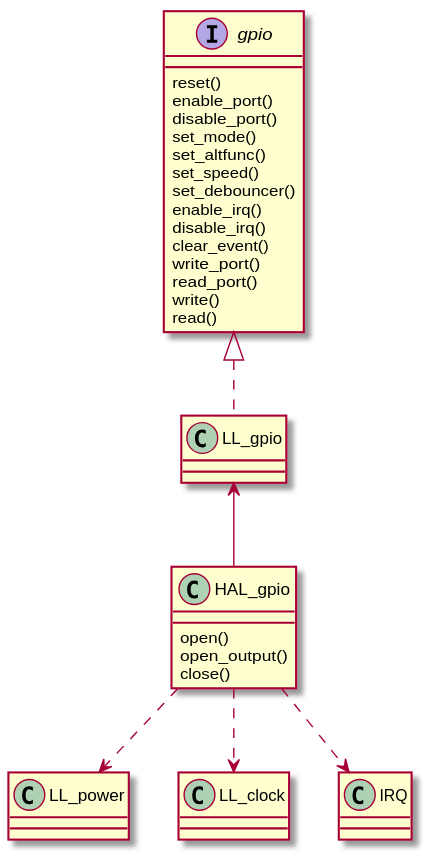
Earlier version of the PlantUML export docs/source/assets/images/gpio.svg (onkwon/halmcu). Source of this version:
```plantuml
@startuml
interface gpio {
	reset()
	enable_port()
	disable_port()
	set_mode()
	set_altfunc()
	set_speed()
	set_debouncer()
	enable_irq()
	disable_irq()
	clear_event()
	write_port()
	read_port()
	write()
	read()
}

class LL_gpio {
}

class HAL_gpio {
	open()
	open_output()
	close()
}

gpio <|.. LL_gpio
LL_gpio <-- HAL_gpio

HAL_gpio ..> LL_power
HAL_gpio ..> LL_clock
HAL_gpio ..> IRQ
@enduml
```
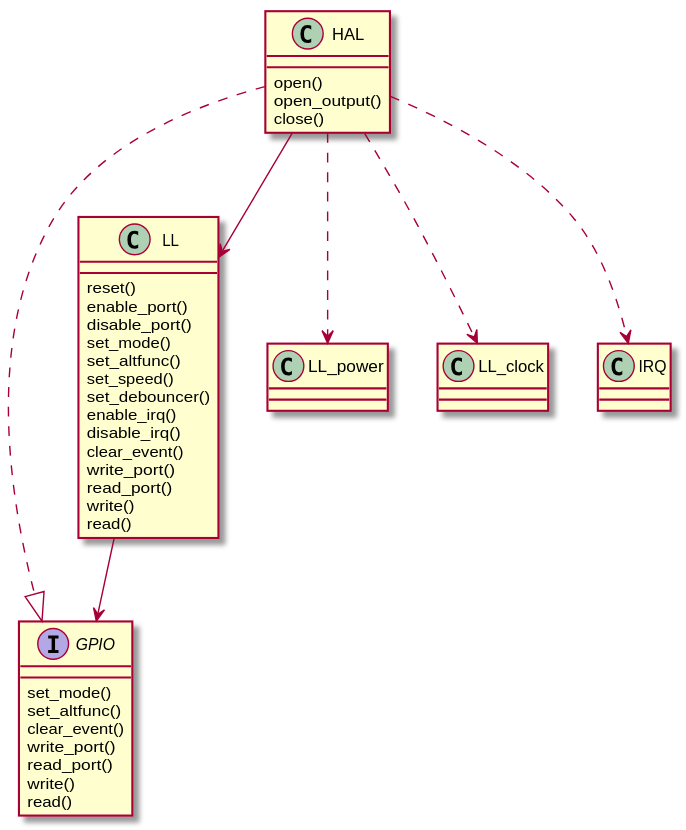
The same diagram one commit later.

Change to the diagram source:
```diff
@@ -1,5 +1,15 @@
 @startuml
-interface gpio {
+interface GPIO {
+	set_mode()
+	set_altfunc()
+	clear_event()
+	write_port()
+	read_port()
+	write()
+	read()
+}
+
+class LL {
 	reset()
 	enable_port()
 	disable_port()
@@ -16,19 +26,16 @@
 	read()
 }
 
-class LL_gpio {
-}
-
-class HAL_gpio {
+class HAL {
 	open()
 	open_output()
 	close()
 }
 
-gpio <|.. LL_gpio
-LL_gpio <-- HAL_gpio
-
-HAL_gpio ..> LL_power
-HAL_gpio ..> LL_clock
-HAL_gpio ..> IRQ
+HAL ..|> GPIO
+HAL --> LL
+HAL ..> LL_power
+HAL ..> LL_clock
+HAL ..> IRQ
+LL --> GPIO
 @enduml
```
